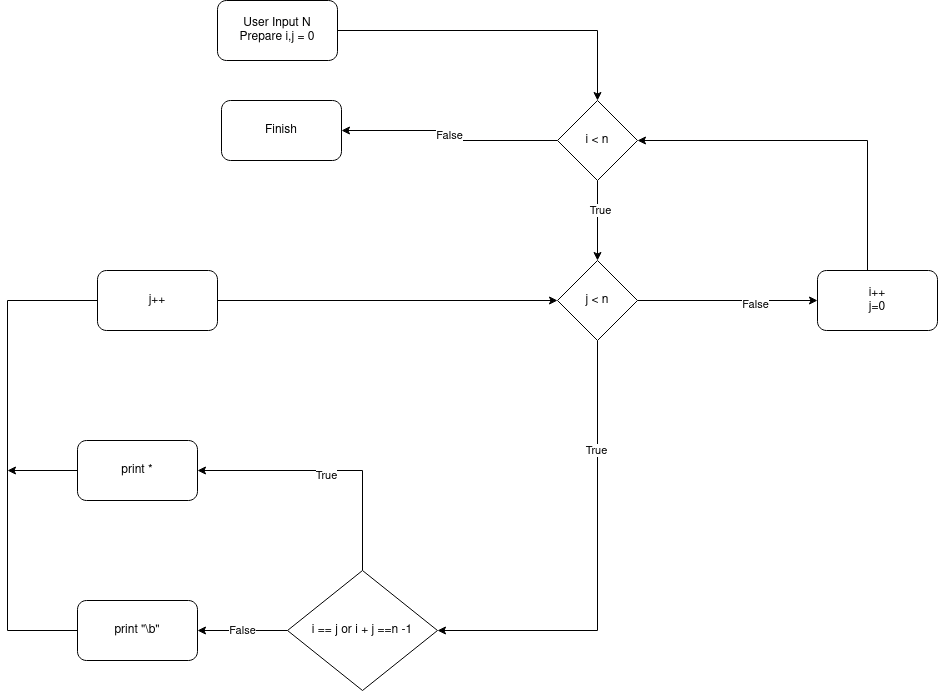
Earlier version of the draw.io export latihan-2.png (damarsimple/algoritma-semester-3). Source tidied: cells renumbered, new cells last; positions are measured from the earlier drawing's top-left corner, leaving out a move shared by most shapes.
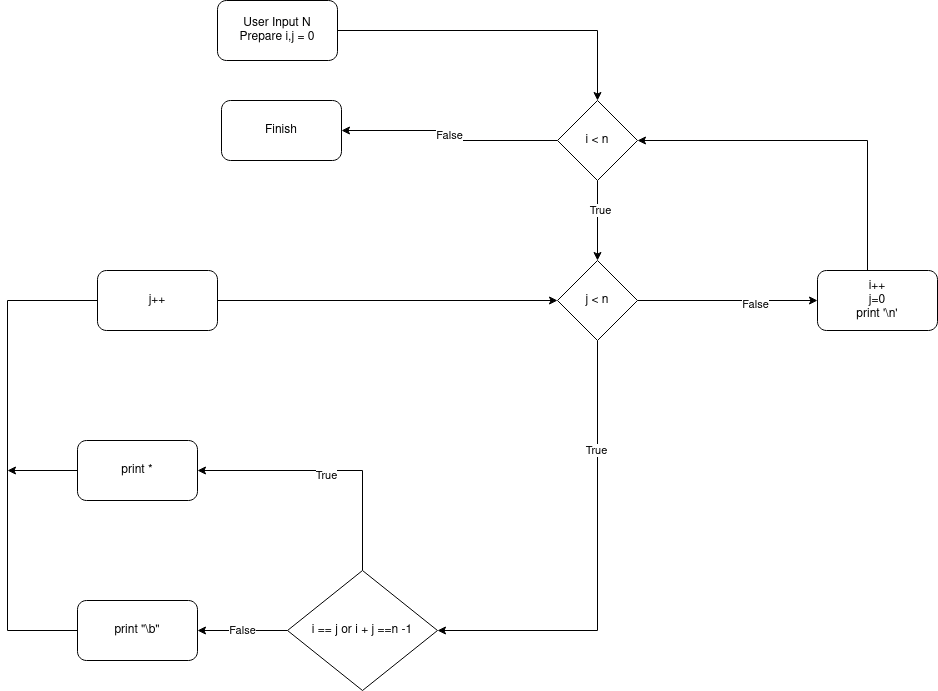
The same file after the commit.

Commit message:
fix : forgot '\n' latihan 2

Diff of the diagram source:
```diff
@@ -46,7 +46,7 @@
         </Array>
       </mxGeometry>
     </mxCell>
-    <mxCell id="14" value="&lt;div&gt;i++&lt;/div&gt;j=0" style="rounded=1;whiteSpace=wrap;html=1;" parent="1" vertex="1">
+    <mxCell id="14" value="&lt;div&gt;i++&lt;/div&gt;&lt;div&gt;j=0&lt;/div&gt;&lt;div&gt;print '\n'&lt;br&gt;&lt;/div&gt;" style="rounded=1;whiteSpace=wrap;html=1;" parent="1" vertex="1">
       <mxGeometry x="810" y="270" width="120" height="60" as="geometry" />
     </mxCell>
     <mxCell id="15" value="False" style="edgeStyle=orthogonalEdgeStyle;rounded=0;jettySize=auto;html=1;entryX=1;entryY=0.5;entryDx=0;entryDy=0;" parent="1" edge="1" source="18" target="22">
```
